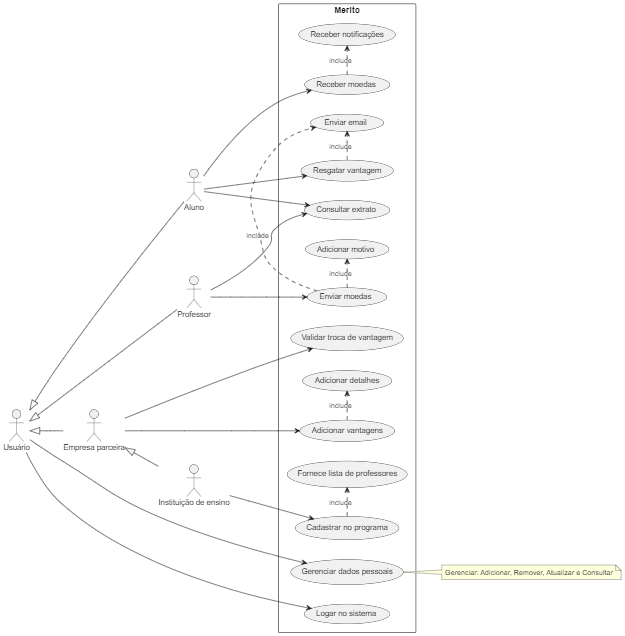
The PlantUML diagram projeto 3/project/useCaseDiagram.png in migueltico2/laboratorio-de-desenvolvimento-de-software, before a commit. Its source is kept beside it as projeto 3/project/useCaseDiagram.plantuml.
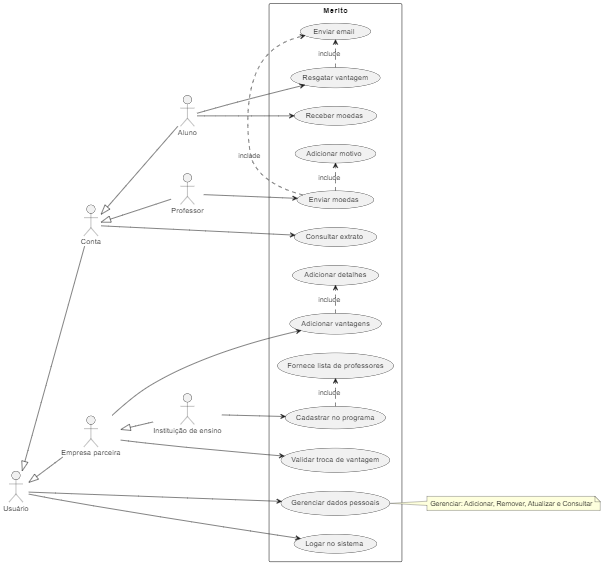
The same diagram one commit later.

The edit, as a diff of the source:
```diff
@@ -5,6 +5,7 @@
 actor "Usuário" as User
 actor Aluno as A
 actor Professor as P
+actor Conta as C
 actor "Empresa parceira" as EP
 actor "Instituição de ensino" as IE
 
@@ -14,7 +15,6 @@
 usecase "Adicionar vantagens" as UC3
 usecase "Enviar moedas" as UC4
 usecase "Receber moedas" as UC5
-usecase "Receber notificações" as UC6
 usecase "Adicionar detalhes" as UC8
 usecase "Adicionar motivo" as UC9
 usecase "Resgatar vantagem" as UC11
@@ -25,15 +25,15 @@
 usecase "Validar troca de vantagem" as UC17
 }
 
-UC5 .> UC6 : include
 UC4 .> UC9 : include
 UC3 .> UC8 : include
 UC11 .> UC14 : include
 UC4 .> UC14 : include
 UC15 .> UC16 : include
 
-User <|-- A
-User <|-- P
+User <|-- C
+C <|-- A
+C <|-- P
 User <|-- EP
 User --> UC1
 
@@ -43,10 +43,9 @@
 
 EP --> UC3
 EP --> UC17
-A --> UC2
+C --> UC2
 A --> UC11
 P --> UC4
-P --> UC2
 IE --> UC15
 User --> UC12
 
```
